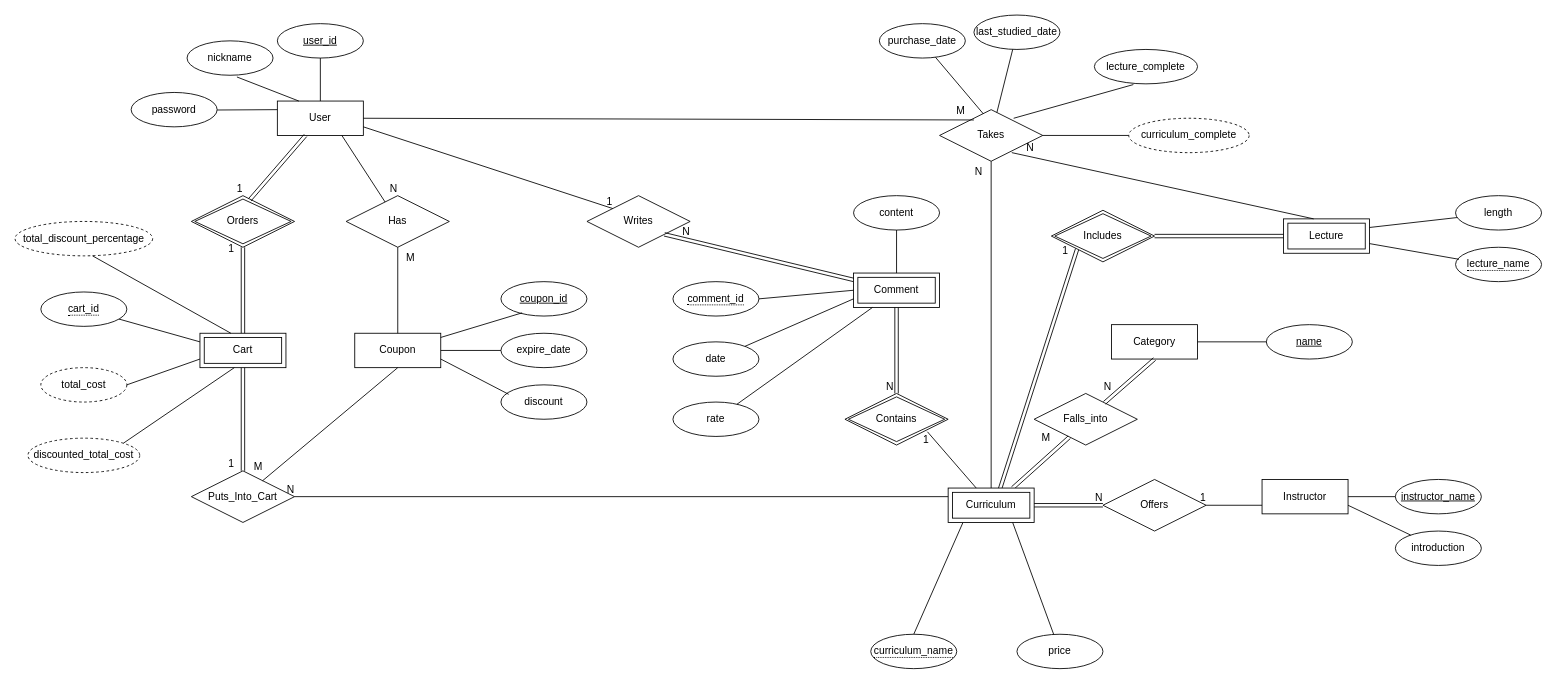
Above: ERD.drawio in sarah2234/CBNU_DatabaseSystem (draw.io), before the change. Source tidied: cells renumbered, new cells numbered last; positions are measured from the earlier drawing's top-left corner, leaving out a move shared by most shapes. Both pictures are drawn from the tidied source at 86%, with x=0, y=0 at pixel (15, 15).
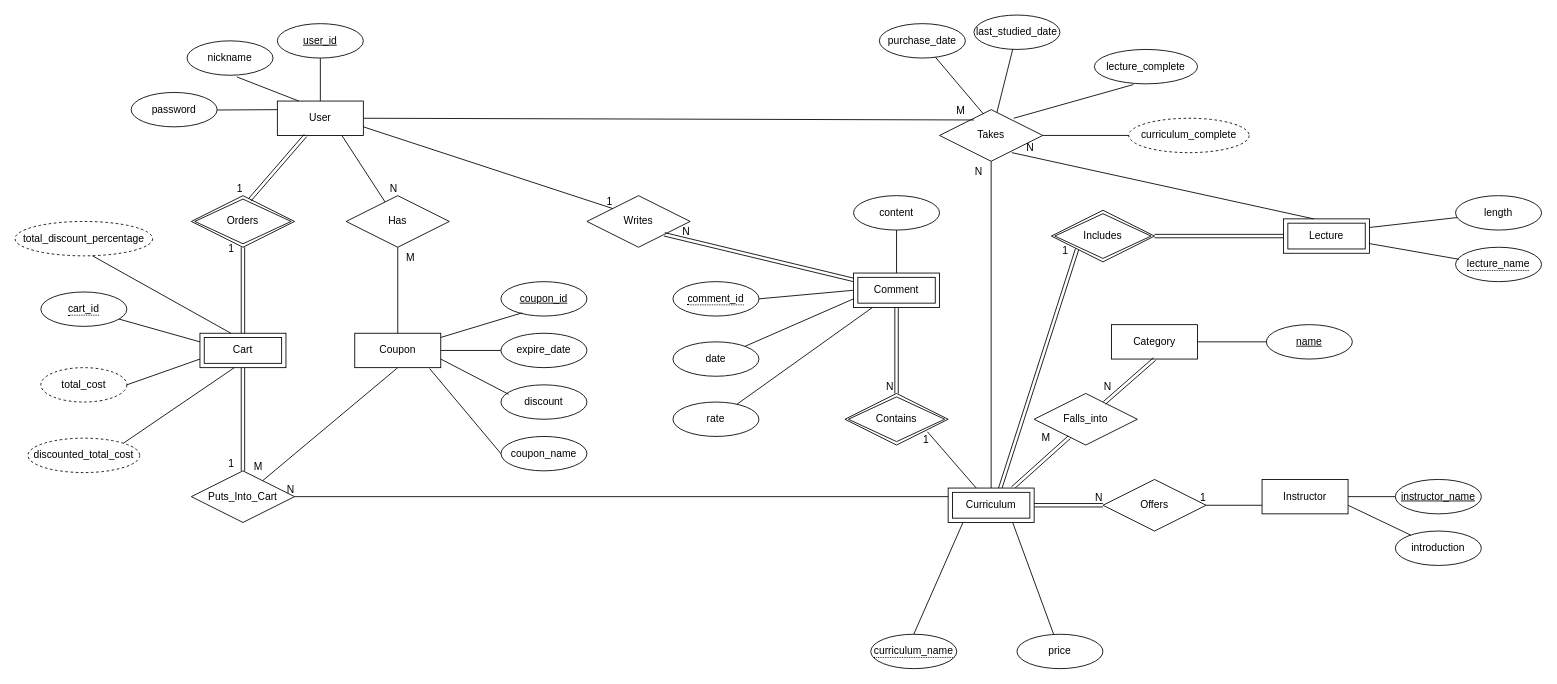
Above is the later version.

Commit message:
feat: include coupon_name in Coupon

Unchanged cells that the change refers to:
```xml
<mxCell id="6" value="Coupon" style="whiteSpace=wrap;html=1;align=center;" parent="1" vertex="1">
  <mxGeometry x="395" y="370" width="100" height="40" as="geometry" />
</mxCell>
```

Diff of the diagram source:
```diff
@@
+    <mxCell id="109" value="coupon_name" style="ellipse;whiteSpace=wrap;html=1;align=center;" parent="1" vertex="1">
+      <mxGeometry x="565" y="490" width="100" height="40" as="geometry" />
+    </mxCell>
+    <mxCell id="110" style="endArrow=none;html=1;rounded=0;entryX=0;entryY=0.5;entryDx=0;entryDy=0;exitX=0.87;exitY=1.025;exitDx=0;exitDy=0;exitPerimeter=0;" parent="1" edge="1" source="6" target="109">
+      <mxGeometry relative="1" as="geometry" />
+    </mxCell>
```
